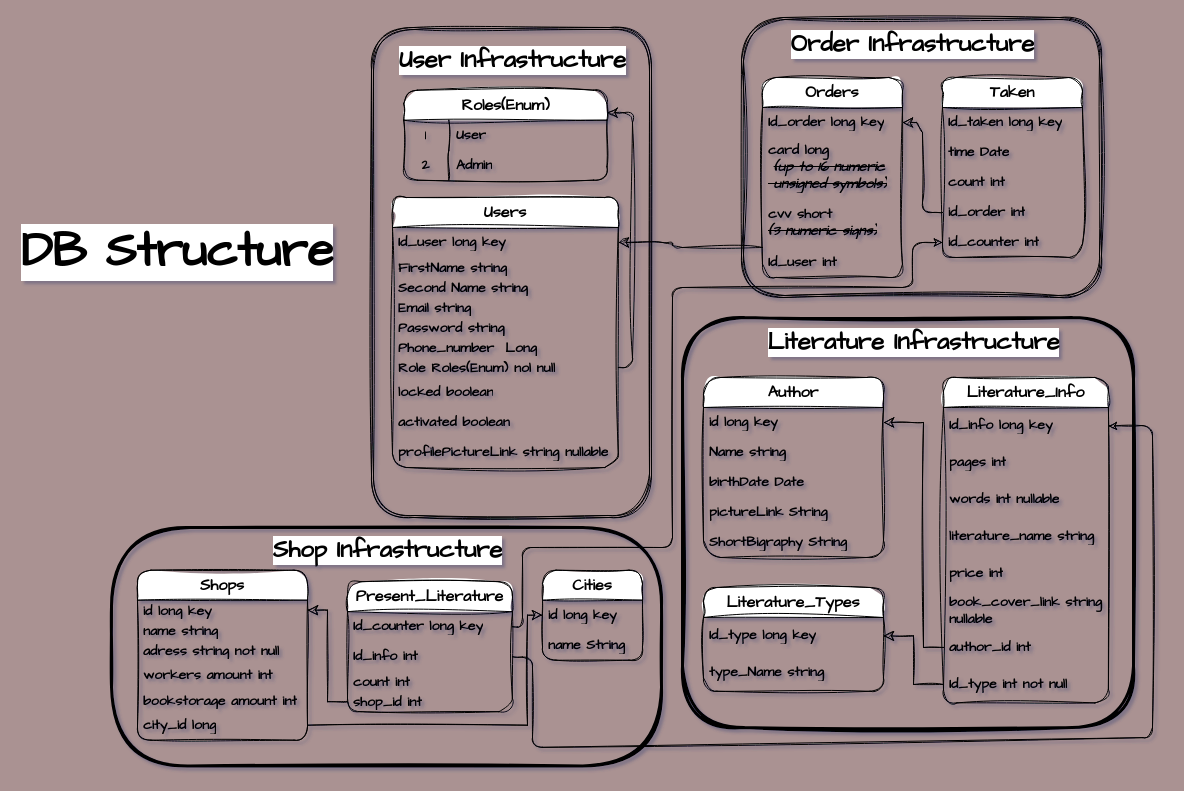
This is bookshopDBSchema.drawio from MaksimVarivodin/Bookshop, a draw.io file, before an edit. Source tidied: cells renumbered, new cells numbered last; positions are measured from the earlier drawing's top-left corner, leaving out a move shared by most shapes. Both pictures are drawn from the tidied source at 100%, with x=0, y=0 at pixel (17, 17).
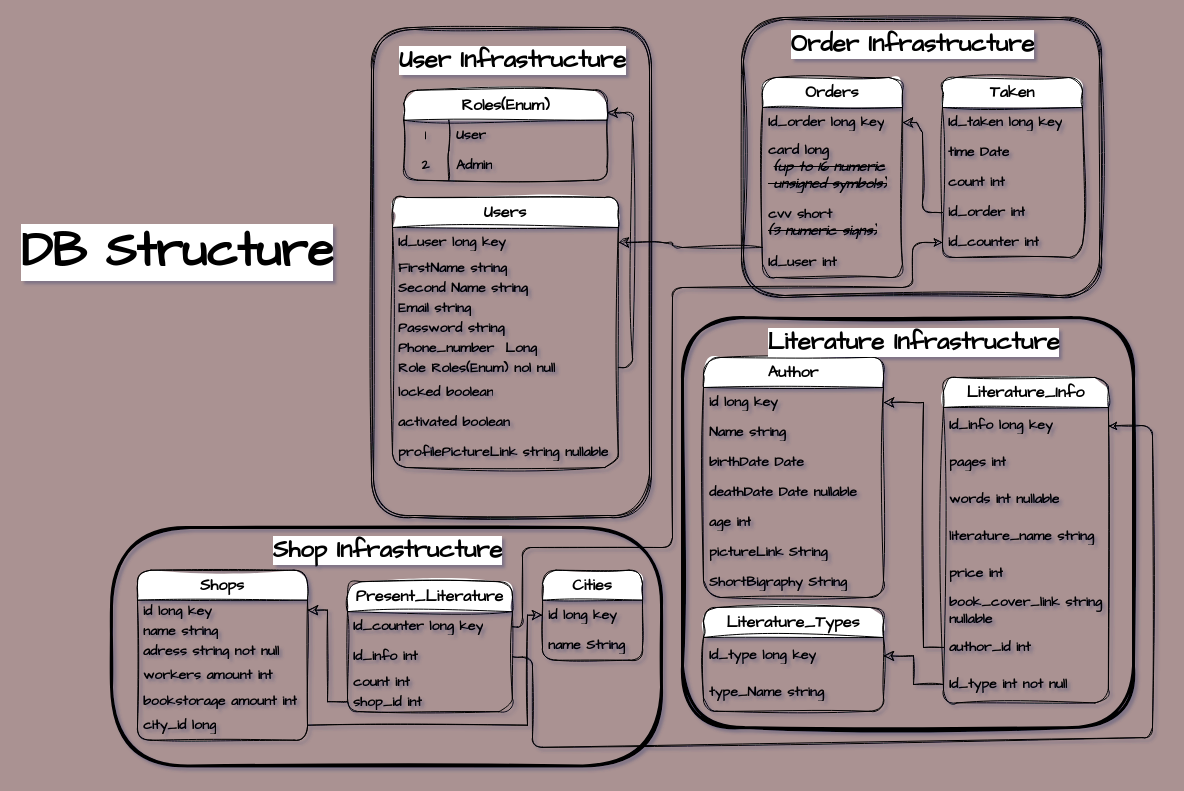
After the change.

The change refers to these unchanged cells:
```xml
<mxCell id="41" style="group;" parent="1" vertex="1">
  <mxGeometry x="665" y="300" width="451" height="410" as="geometry" />
</mxCell>
```

What changed in the source:
```diff
@@
     <mxCell id="43" value="&lt;font style=&quot;font-size: 16px;&quot;&gt;Literature_Types&lt;/font&gt;" style="swimlane;fontStyle=1;horizontal=1;startSize=30;whiteSpace=wrap;strokeColor=default;fontFamily=Architects Daughter;fontColor=#000000;fillColor=#FFFFFF;rounded=1;sketch=1;curveFitting=1;jiggle=2;fontSize=14;html=1;labelBackgroundColor=none;" parent="41" vertex="1">
-      <mxGeometry x="21" y="270" width="180" height="103.8" as="geometry" />
+      <mxGeometry x="21" y="290" width="180" height="103.8" as="geometry" />
     </mxCell>
@@
     <mxCell id="46" value="&lt;font style=&quot;font-size: 16px;&quot;&gt;Author&lt;/font&gt;" style="swimlane;fontStyle=1;horizontal=1;startSize=30;whiteSpace=wrap;html=1;sketch=1;hachureGap=4;jiggle=2;curveFitting=1;fontFamily=Architects Daughter;fontSize=14;labelBackgroundColor=none;fillColor=#FFFFFF;rounded=1;fontColor=#000000;arcSize=19;" parent="41" vertex="1">
-      <mxGeometry x="21" y="60" width="180" height="180" as="geometry" />
+      <mxGeometry x="21" y="40" width="180" height="240" as="geometry" />
     </mxCell>
@@
+    <mxCell id="86" value="deathDate Date nullable" style="text;strokeColor=none;fillColor=none;align=left;verticalAlign=middle;spacingLeft=4;spacingRight=4;overflow=hidden;whiteSpace=wrap;html=1;fontSize=14;sketch=1;hachureGap=4;jiggle=2;curveFitting=1;fontFamily=Architects Daughter;fontColor=#000000;fontStyle=1;" parent="46" vertex="1">
+      <mxGeometry y="120" width="180" height="30" as="geometry" />
+    </mxCell>
+    <mxCell id="87" value="age int" style="text;strokeColor=none;fillColor=none;align=left;verticalAlign=middle;spacingLeft=4;spacingRight=4;overflow=hidden;whiteSpace=wrap;html=1;fontSize=14;sketch=1;hachureGap=4;jiggle=2;curveFitting=1;fontFamily=Architects Daughter;fontColor=#000000;fontStyle=1;" parent="46" vertex="1">
+      <mxGeometry y="150" width="180" height="30" as="geometry" />
+    </mxCell>
     <mxCell id="50" value="pictureLink String" style="text;strokeColor=none;fillColor=none;align=left;verticalAlign=middle;spacingLeft=4;spacingRight=4;overflow=hidden;whiteSpace=wrap;html=1;fontSize=14;sketch=1;hachureGap=4;jiggle=2;curveFitting=1;fontFamily=Architects Daughter;fontColor=#000000;fontStyle=1;" parent="46" vertex="1">
-      <mxGeometry y="120" width="180" height="30" as="geometry" />
+      <mxGeometry y="180" width="180" height="30" as="geometry" />
     </mxCell>
     <mxCell id="51" value="ShortBigraphy String" style="text;strokeColor=none;fillColor=none;align=left;verticalAlign=middle;spacingLeft=4;spacingRight=4;overflow=hidden;whiteSpace=wrap;html=1;fontSize=14;sketch=1;hachureGap=4;jiggle=2;curveFitting=1;fontFamily=Architects Daughter;fontColor=#000000;fontStyle=1;" parent="46" vertex="1">
-      <mxGeometry y="150" width="180" height="30" as="geometry" />
+      <mxGeometry y="210" width="180" height="30" as="geometry" />
     </mxCell>
```
